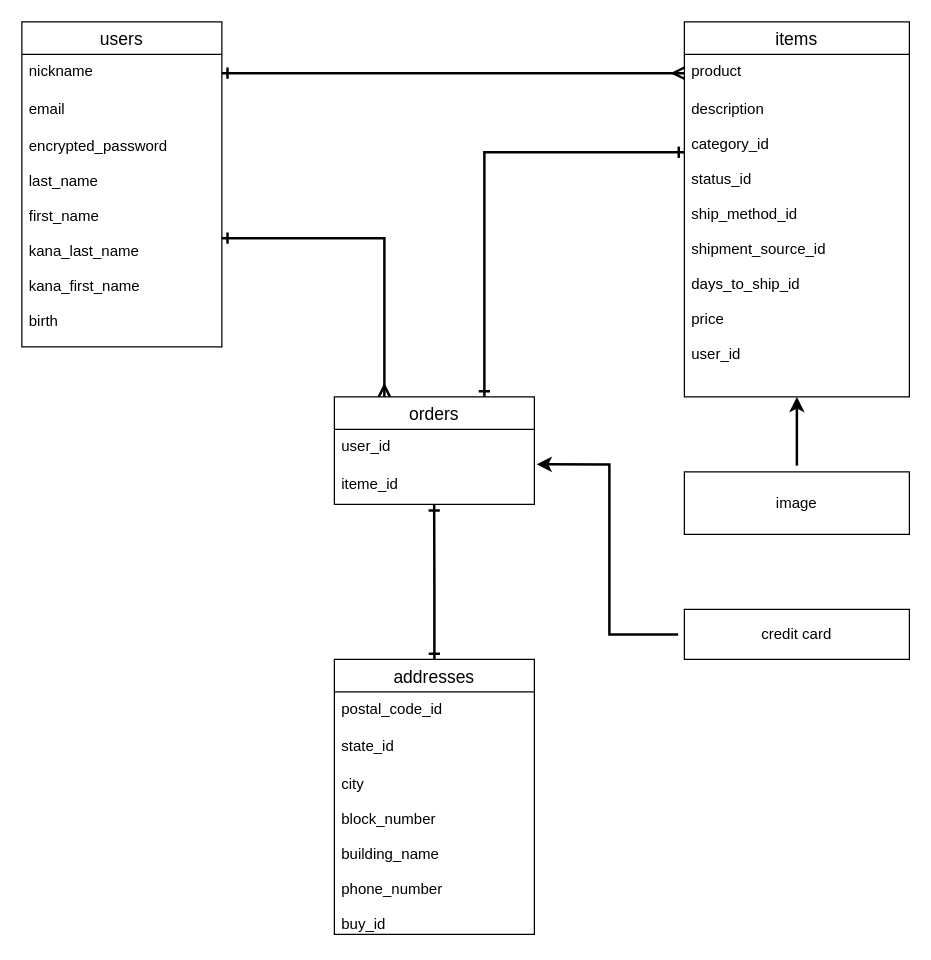
KakudaYutaka/furima-32111 keeps this draw.io diagram as er.dio. Above is the earlier version. Source tidied: cells renumbered, new cells numbered last; positions are measured from the earlier drawing's top-left corner, leaving out a move shared by most shapes. Both pictures are drawn from the tidied source at 125%, with x=0, y=0 at pixel (21, 21).
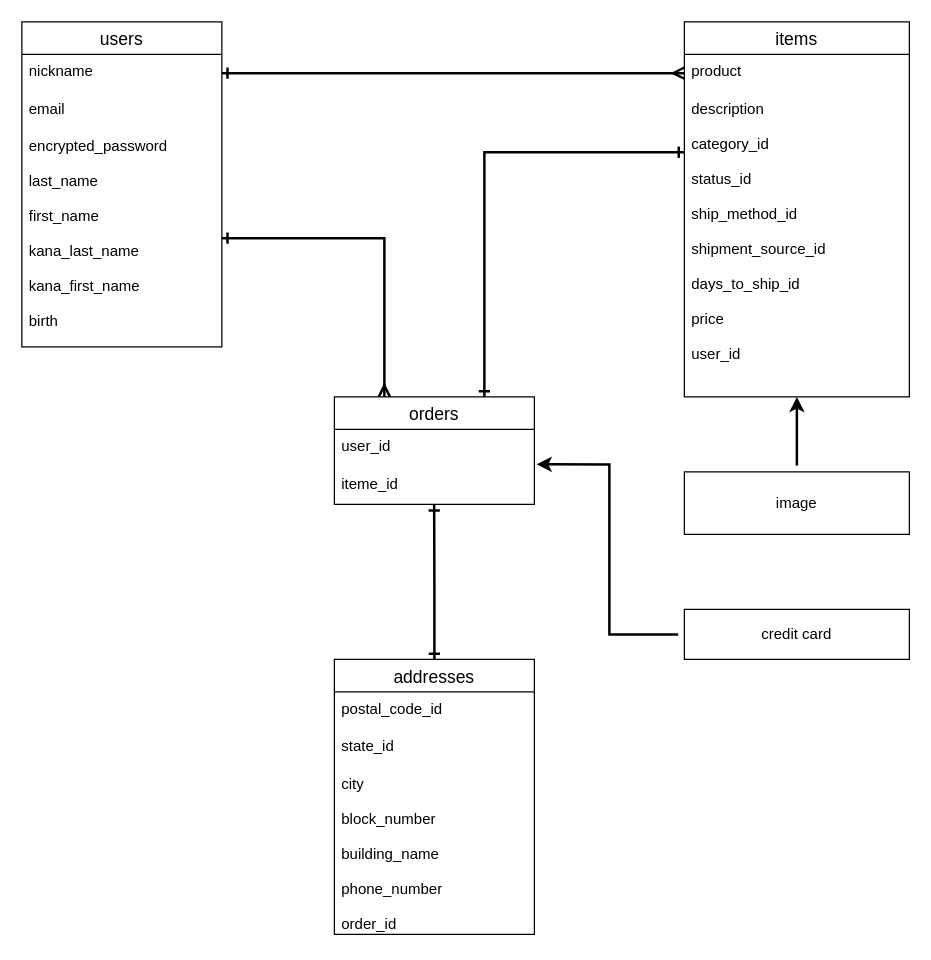
After the change.

The change refers to these unchanged cells:
```xml
<mxCell id="15" value="addresses" style="swimlane;fontStyle=0;horizontal=1;startSize=26;align=center;fontSize=14;" parent="1" vertex="1">
  <mxGeometry x="250" y="510" width="160" height="220" as="geometry" />
</mxCell>
```

What changed in the source:
```diff
@@
-    <mxCell id="18" value="city&#10;&#10;block_number&#10;&#10;building_name&#10;&#10;phone_number&#10;&#10;buy_id" style="text;strokeColor=none;fillColor=none;spacingLeft=4;spacingRight=4;overflow=hidden;fontSize=12;" parent="15" vertex="1">
+    <mxCell id="18" value="city&#10;&#10;block_number&#10;&#10;building_name&#10;&#10;phone_number&#10;&#10;order_id" style="text;strokeColor=none;fillColor=none;spacingLeft=4;spacingRight=4;overflow=hidden;fontSize=12;" parent="15" vertex="1">
       <mxGeometry y="86" width="160" height="134" as="geometry" />
     </mxCell>
```
